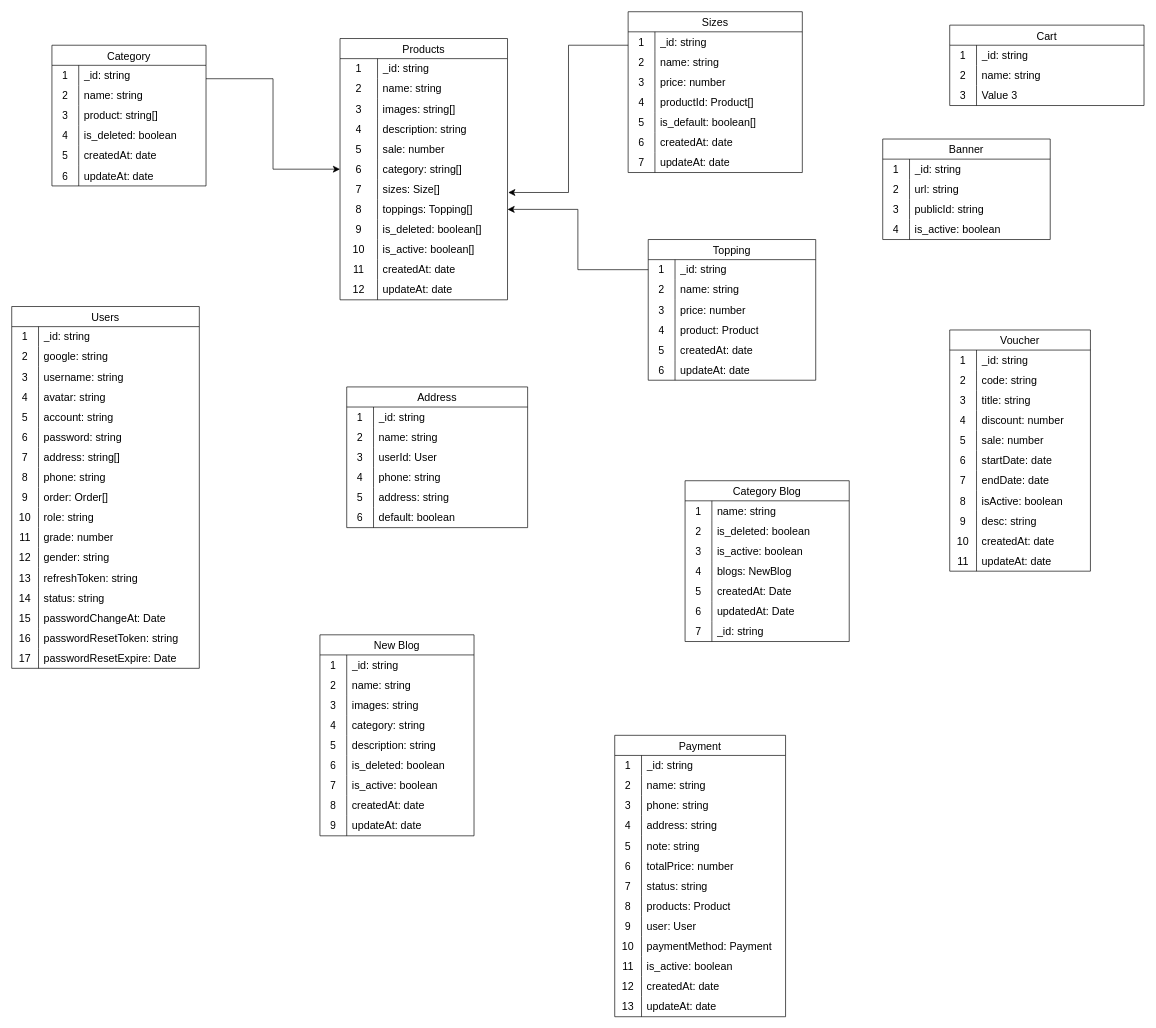
Earlier version of the draw.io diagram da.drawio (dangtienhung/datn-admin-quan-ly-cua-hang). Source tidied: cells renumbered, new cells numbered last; positions are measured from the earlier drawing's top-left corner, leaving out a move shared by most shapes. Both pictures are drawn from the tidied source at 67%, with x=0, y=0 at pixel (11, 11).
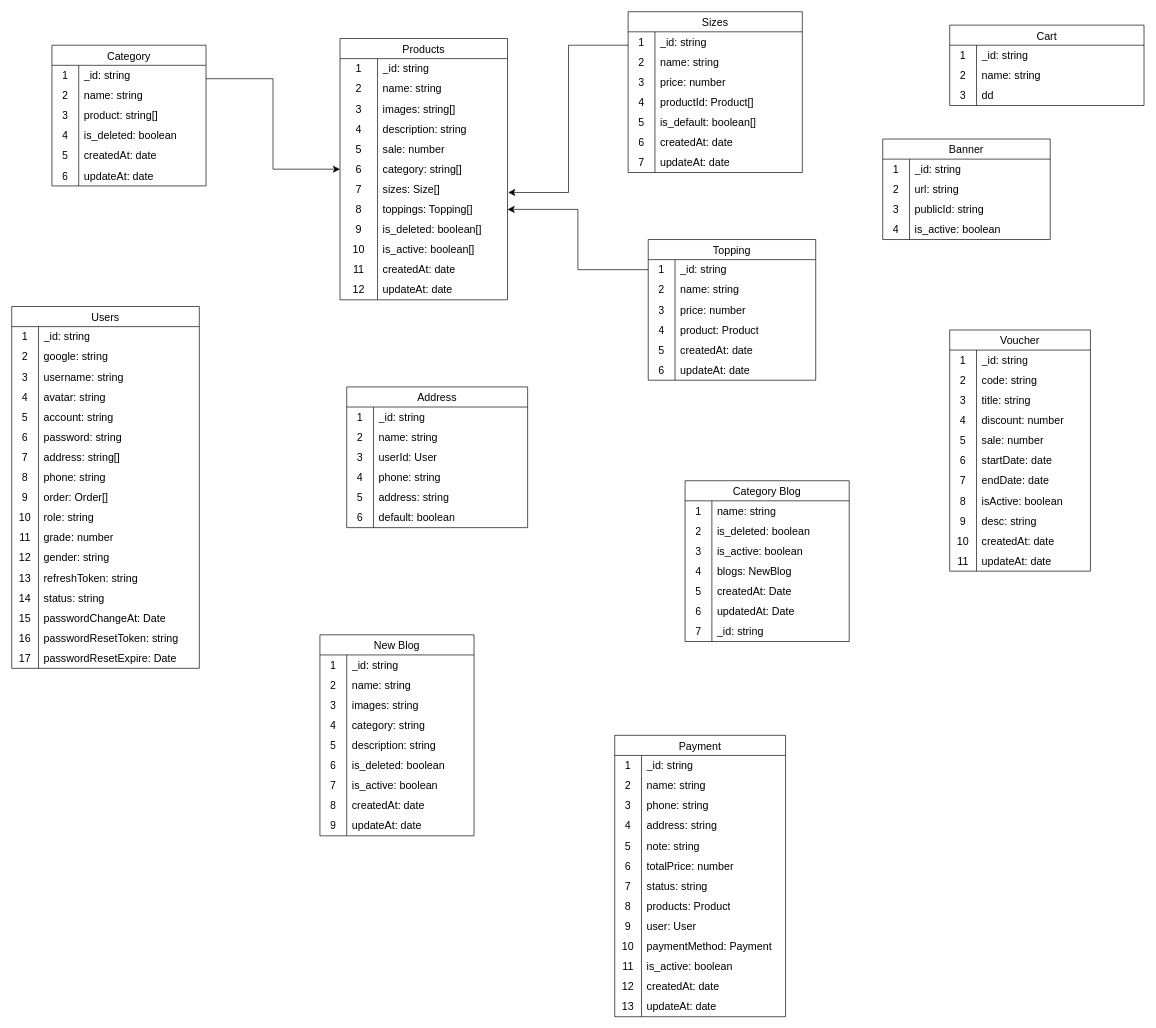
The same page after the edit.

Commit message:
Cập nhật da.drawio

Unchanged cells that the change refers to:
```xml
<mxCell id="193" style="shape=tableRow;horizontal=0;startSize=0;swimlaneHead=0;swimlaneBody=0;top=0;left=0;bottom=0;right=0;fillColor=none;strokeColor=inherit;fontSize=16;" parent="186" vertex="1">
  <mxGeometry y="90" width="290" height="30" as="geometry" />
</mxCell>
```

Diff of the diagram source:
```diff
@@
-    <mxCell id="195" value="Value 3" style="shape=partialRectangle;html=1;whiteSpace=wrap;fillColor=none;top=0;left=0;bottom=0;right=0;align=left;spacingLeft=6;overflow=hidden;strokeColor=inherit;fontSize=16;" parent="193" vertex="1">
+    <mxCell id="195" value="dd" style="shape=partialRectangle;html=1;whiteSpace=wrap;fillColor=none;top=0;left=0;bottom=0;right=0;align=left;spacingLeft=6;overflow=hidden;strokeColor=inherit;fontSize=16;" parent="193" vertex="1">
       <mxGeometry x="40" width="250" height="30" as="geometry" />
     </mxCell>
```
